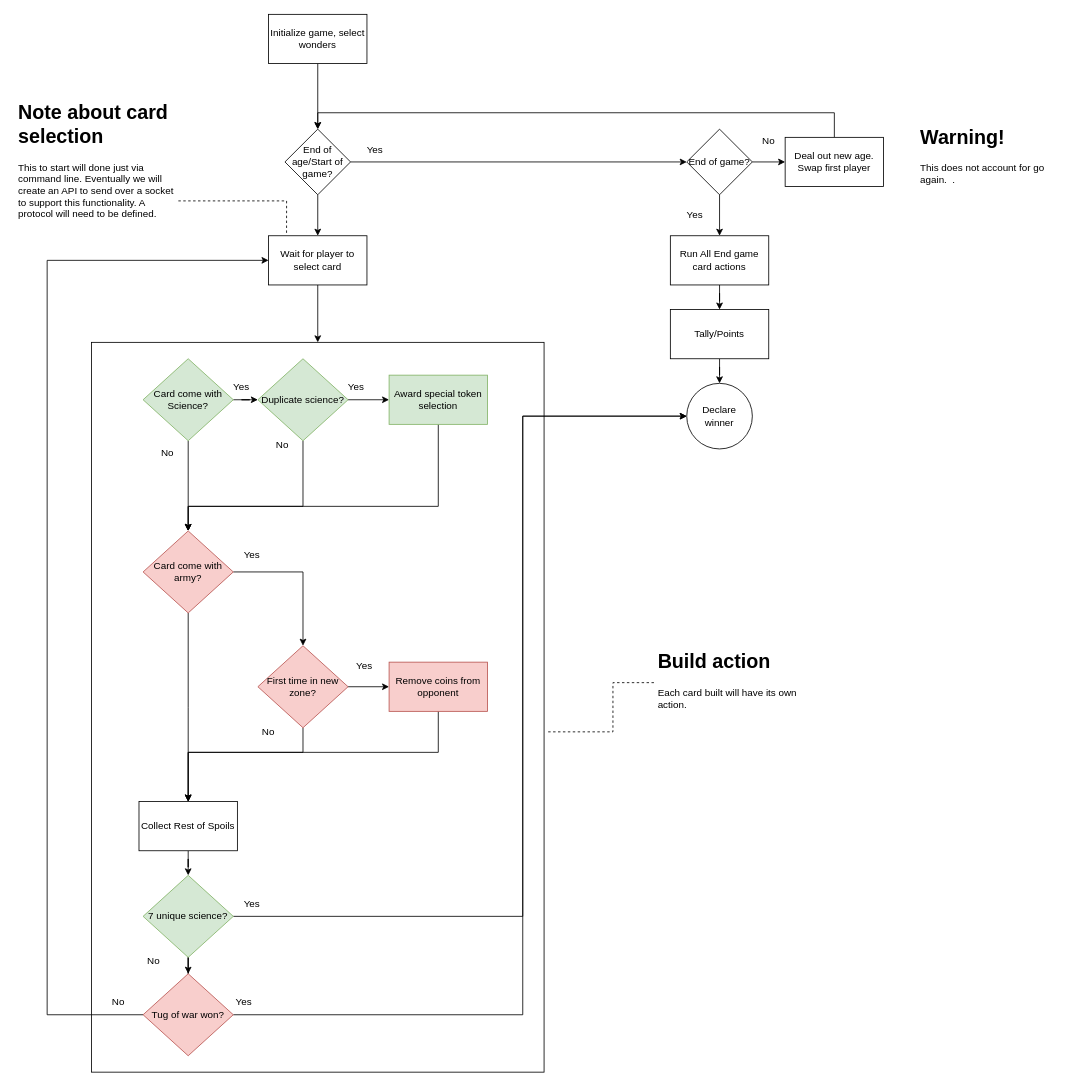
The draw.io diagram page "State Machine" (2 of 2) of Initial_high_level_design.drawio in vinceburns/duel, before the edit. Source tidied: cells renumbered, new cells numbered last; positions are measured from the earlier drawing's top-left corner, leaving out a move shared by most shapes. Both pictures are drawn from the tidied source at 82%, with x=0, y=0 at pixel (14, 14).
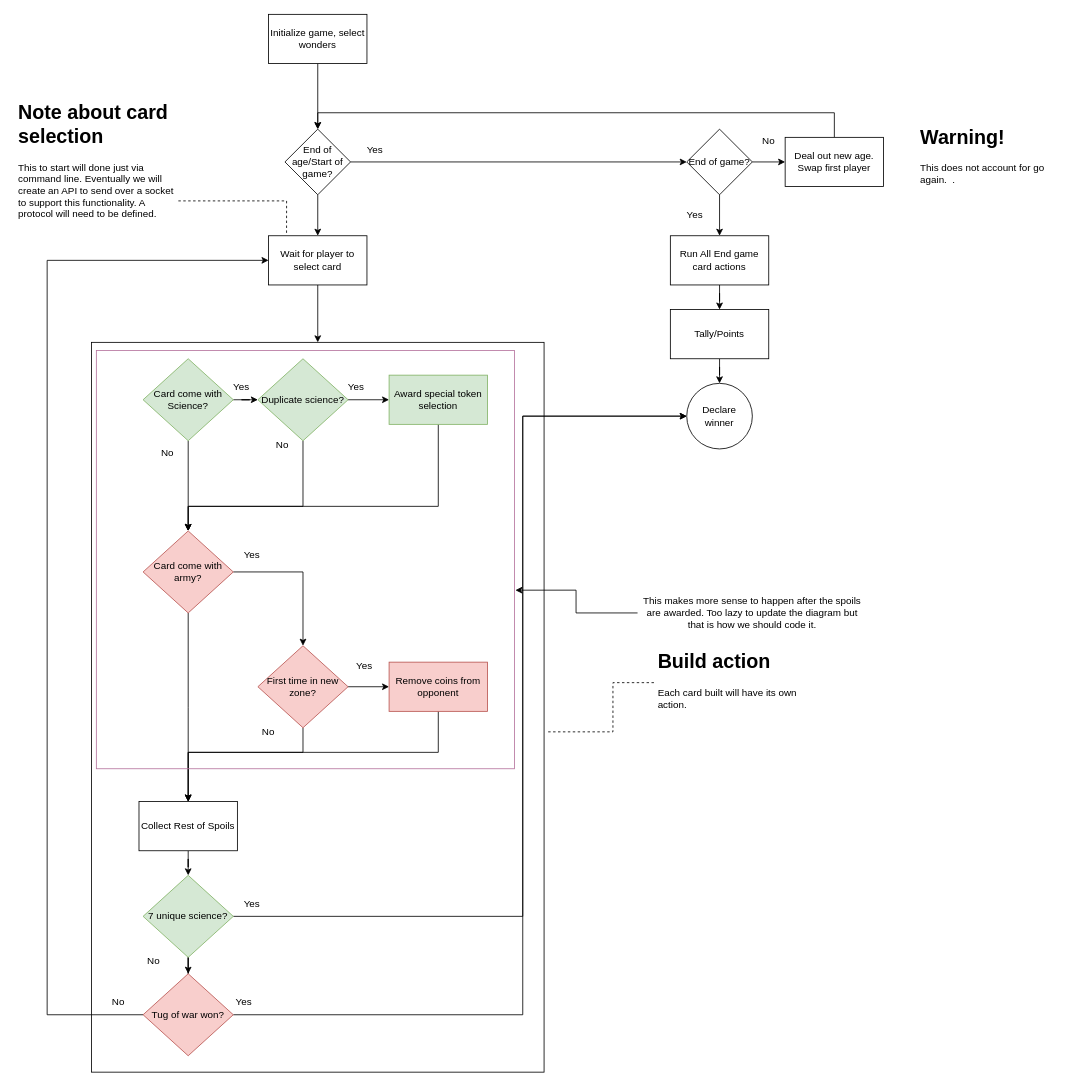
Above is the later version.

Commit message:
Refactor state machine.

It makes more sense to check in one spot, after the card is built, if any a token is awarded or if armys are awarded. That way we will not forget in the other spots.

Diff of the diagram source:
```diff
@@
+    <mxCell id="64" style="rounded=0;whiteSpace=wrap;html=1;fillColor=none;strokeColor=#B5739D;" parent="1" vertex="1">
+      <mxGeometry x="100" y="410" width="510" height="510" as="geometry" />
+    </mxCell>
+    <mxCell id="65" style="edgeStyle=orthogonalEdgeStyle;rounded=0;jettySize=auto;html=1;entryX=1.002;entryY=0.573;entryDx=0;entryDy=0;entryPerimeter=0;" parent="1" edge="1" source="66" target="64">
+      <mxGeometry relative="1" as="geometry" />
+    </mxCell>
+    <mxCell id="66" value="This makes more sense to happen after the spoils are awarded. Too lazy to update the diagram but that is how we should code it." style="text;html=1;strokeColor=none;fillColor=none;align=center;verticalAlign=middle;whiteSpace=wrap;rounded=0;" parent="1" vertex="1">
+      <mxGeometry x="760" y="700" width="280" height="60" as="geometry" />
+    </mxCell>
```
